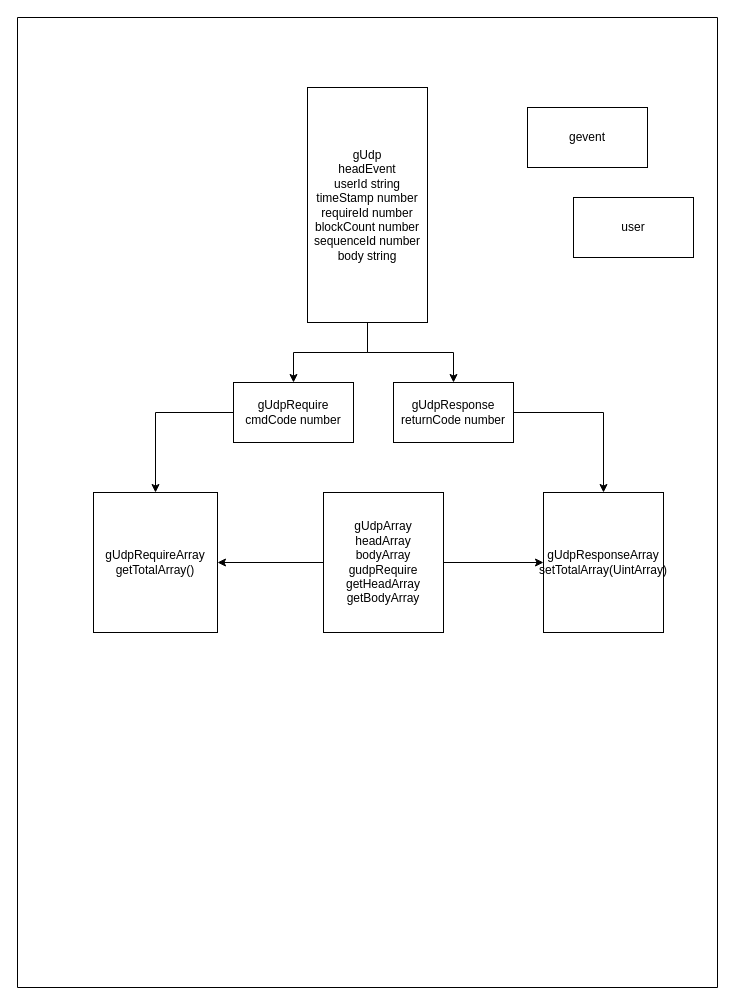
The draw.io diagram Untitled Diagram.drawio in 605682883/flowPhoto, before the edit. Source tidied: cells renumbered, new cells numbered last; positions are measured from the earlier drawing's top-left corner, leaving out a move shared by most shapes. Both pictures are drawn from the tidied source at 100%, with x=0, y=0 at pixel (17, 17).
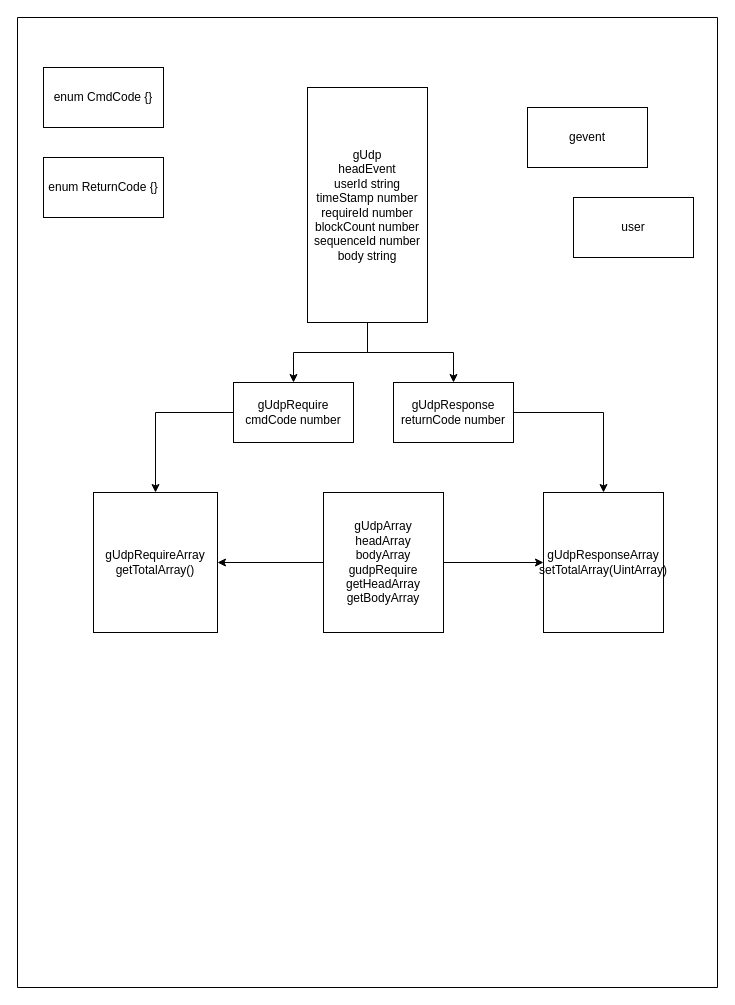
The same page after the edit.

What changed in the source:
```diff
@@
 <mxGraphModel>
   <root>
     <mxCell id="0" />
     <mxCell id="1" parent="0" />
     <mxCell id="2" style="swimlane;startSize=0;" parent="1" vertex="1">
       <mxGeometry width="700" height="970" as="geometry" />
     </mxCell>
     <mxCell id="3" value="user" style="rounded=0;whiteSpace=wrap;html=1;" parent="2" vertex="1">
       <mxGeometry x="556" y="180" width="120" height="60" as="geometry" />
     </mxCell>
     <mxCell id="4" style="edgeStyle=orthogonalEdgeStyle;rounded=0;jettySize=auto;html=1;" parent="2" edge="1" source="6" target="15">
       <mxGeometry relative="1" as="geometry" />
     </mxCell>
     <mxCell id="5" style="edgeStyle=orthogonalEdgeStyle;rounded=0;jettySize=auto;html=1;" parent="2" edge="1" source="6" target="16">
       <mxGeometry relative="1" as="geometry" />
     </mxCell>
     <mxCell id="6" value="gUdpArray&lt;br&gt;headArray&lt;br&gt;bodyArray&lt;br&gt;gudpRequire&lt;br&gt;getHeadArray&lt;br&gt;getBodyArray" style="rounded=0;whiteSpace=wrap;html=1;" parent="2" vertex="1">
       <mxGeometry x="306" y="475" width="120" height="140" as="geometry" />
     </mxCell>
     <mxCell id="7" value="gevent" style="rounded=0;whiteSpace=wrap;html=1;" parent="2" vertex="1">
       <mxGeometry x="510" y="90" width="120" height="60" as="geometry" />
     </mxCell>
     <mxCell id="8" style="edgeStyle=orthogonalEdgeStyle;rounded=0;jettySize=auto;html=1;" parent="2" edge="1" source="10" target="12">
       <mxGeometry relative="1" as="geometry" />
     </mxCell>
     <mxCell id="9" style="edgeStyle=orthogonalEdgeStyle;rounded=0;jettySize=auto;html=1;" parent="2" edge="1" source="10" target="14">
       <mxGeometry relative="1" as="geometry" />
     </mxCell>
     <mxCell id="10" value="gUdp&lt;br&gt;headEvent&lt;br&gt;userId string&lt;br&gt;timeStamp number&lt;br&gt;requireId number&lt;br&gt;blockCount number&lt;br&gt;sequenceId number&lt;br&gt;body string" style="rounded=0;whiteSpace=wrap;html=1;" parent="2" vertex="1">
       <mxGeometry x="290" y="70" width="120" height="235" as="geometry" />
     </mxCell>
     <mxCell id="11" style="edgeStyle=orthogonalEdgeStyle;rounded=0;jettySize=auto;html=1;entryX=0.5;entryY=0;entryDx=0;entryDy=0;" parent="2" edge="1" source="12" target="15">
       <mxGeometry relative="1" as="geometry" />
     </mxCell>
     <mxCell id="12" value="&lt;span&gt;gUdpRequire&lt;br&gt;cmdCode number&lt;/span&gt;" style="rounded=0;whiteSpace=wrap;html=1;" parent="2" vertex="1">
       <mxGeometry x="216" y="365" width="120" height="60" as="geometry" />
     </mxCell>
     <mxCell id="13" style="edgeStyle=orthogonalEdgeStyle;rounded=0;jettySize=auto;html=1;entryX=0.5;entryY=0;entryDx=0;entryDy=0;" parent="2" edge="1" source="14" target="16">
       <mxGeometry relative="1" as="geometry" />
     </mxCell>
     <mxCell id="14" value="&lt;span&gt;gUdpResponse&lt;br&gt;returnCode number&lt;/span&gt;" style="rounded=0;whiteSpace=wrap;html=1;" parent="2" vertex="1">
       <mxGeometry x="376" y="365" width="120" height="60" as="geometry" />
     </mxCell>
     <mxCell id="15" value="gUdpRequireArray&lt;br&gt;getTotalArray()" style="rounded=0;whiteSpace=wrap;html=1;" parent="2" vertex="1">
       <mxGeometry x="76" y="475" width="124" height="140" as="geometry" />
     </mxCell>
     <mxCell id="16" value="gUdpResponseArray&lt;br&gt;setTotalArray(UintArray)" style="rounded=0;whiteSpace=wrap;html=1;" parent="2" vertex="1">
       <mxGeometry x="526" y="475" width="120" height="140" as="geometry" />
     </mxCell>
+    <mxCell id="17" value="enum CmdCode {}" style="rounded=0;whiteSpace=wrap;html=1;" parent="2" vertex="1">
+      <mxGeometry x="26" y="50" width="120" height="60" as="geometry" />
+    </mxCell>
+    <mxCell id="18" value="enum ReturnCode {}" style="rounded=0;whiteSpace=wrap;html=1;" parent="2" vertex="1">
+      <mxGeometry x="26" y="140" width="120" height="60" as="geometry" />
+    </mxCell>
   </root>
 </mxGraphModel>
```
